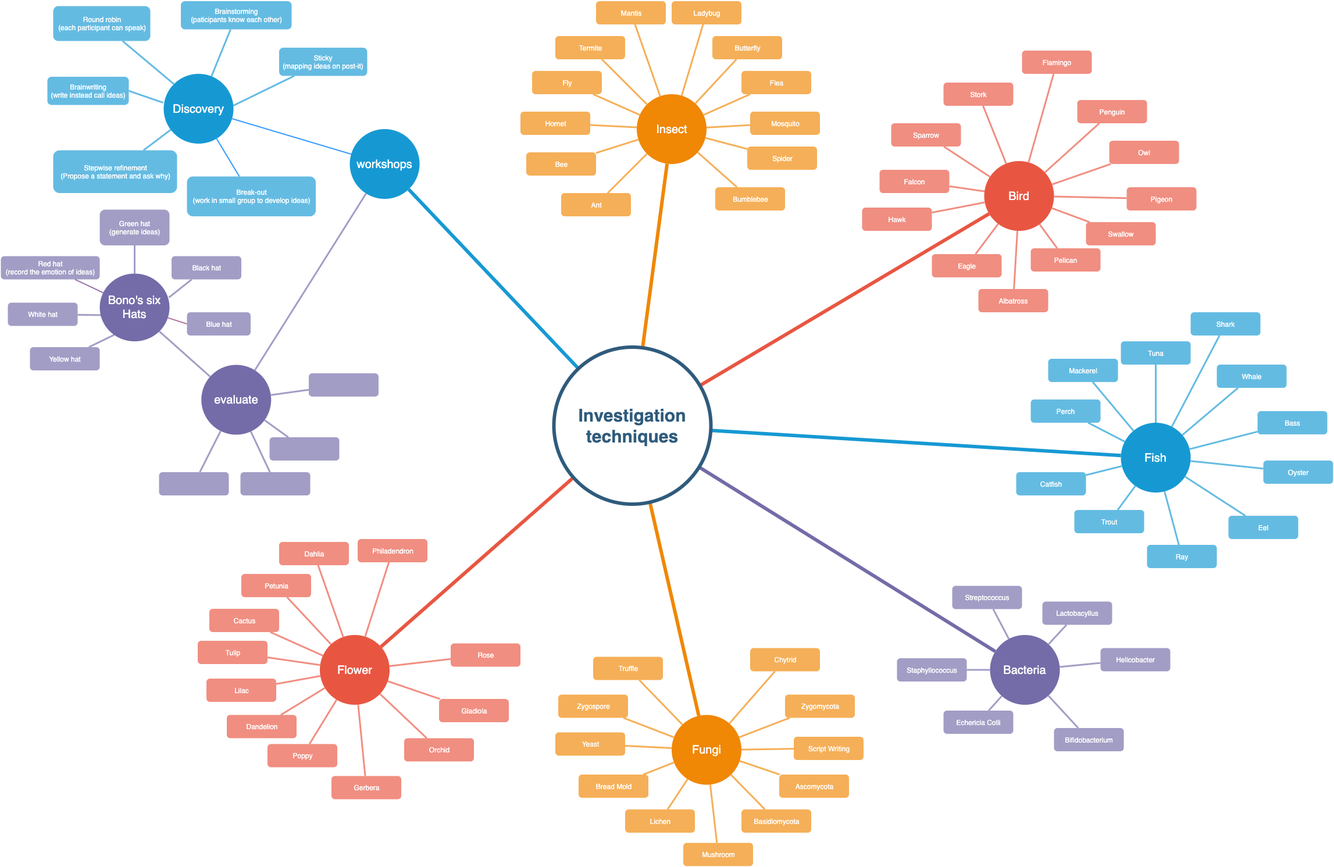
Above: chapter5.png in michielstam/CodeLab (draw.io), before the change. Source tidied: cells renumbered, new cells last; positions are measured from the earlier drawing's top-left corner, leaving out a move shared by most shapes.
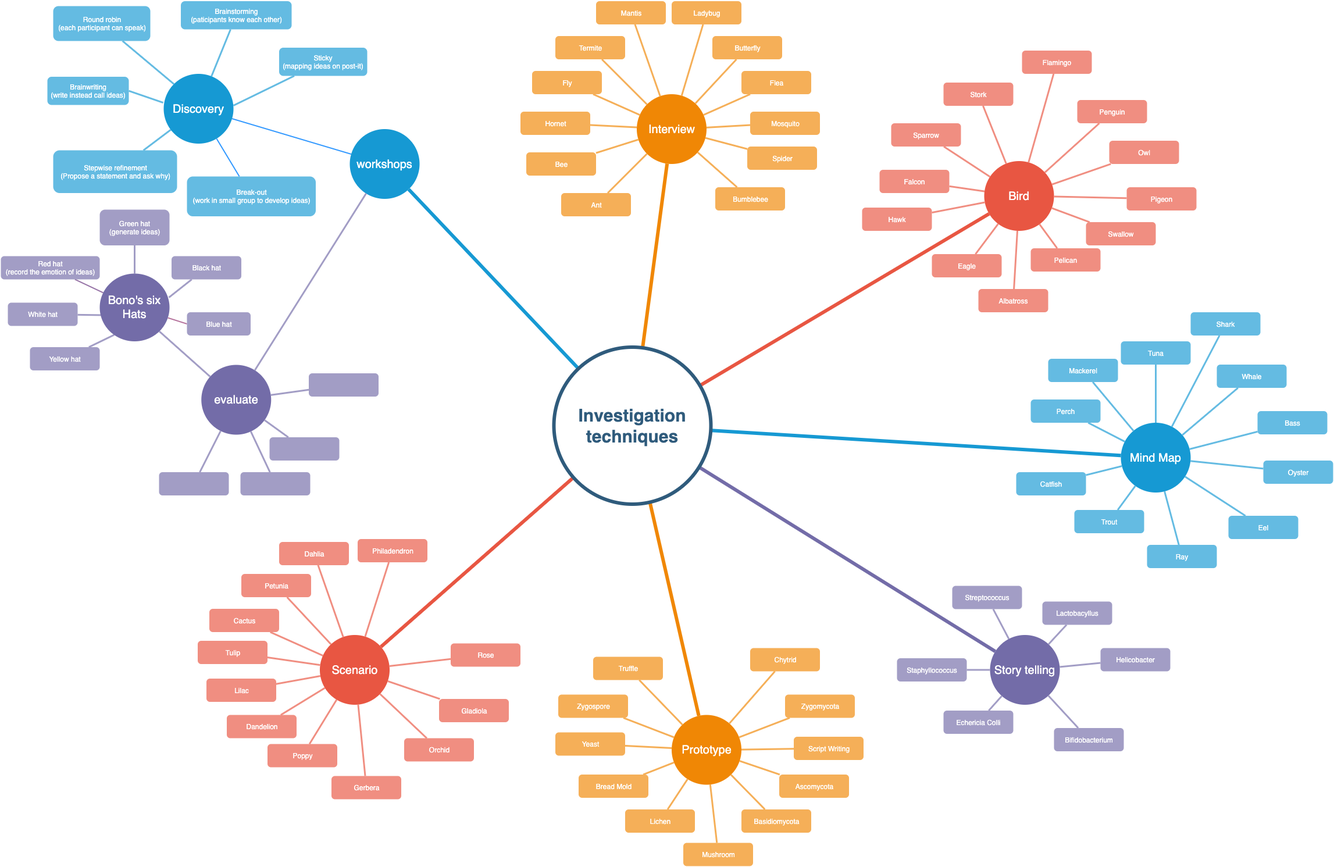
After the commit.

Diff of the diagram source:
```diff
@@ -8,22 +8,22 @@
     <mxCell id="3" value="workshops" style="ellipse;whiteSpace=wrap;html=1;shadow=0;fontFamily=Helvetica;fontSize=20;fontColor=#FFFFFF;align=center;strokeWidth=3;fillColor=#1699D3;strokeColor=none;" parent="1" vertex="1">
       <mxGeometry x="600" y="219.5" width="120" height="120" as="geometry" />
     </mxCell>
-    <mxCell id="4" value="Insect" style="ellipse;whiteSpace=wrap;html=1;shadow=0;fontFamily=Helvetica;fontSize=20;fontColor=#FFFFFF;align=center;strokeWidth=3;fillColor=#F08705;strokeColor=none;gradientColor=none;" parent="1" vertex="1">
+    <mxCell id="4" value="Interview" style="ellipse;whiteSpace=wrap;html=1;shadow=0;fontFamily=Helvetica;fontSize=20;fontColor=#FFFFFF;align=center;strokeWidth=3;fillColor=#F08705;strokeColor=none;gradientColor=none;" parent="1" vertex="1">
       <mxGeometry x="1093.5" y="159.5" width="120" height="120" as="geometry" />
     </mxCell>
     <mxCell id="5" value="Bird" style="ellipse;whiteSpace=wrap;html=1;shadow=0;fontFamily=Helvetica;fontSize=20;fontColor=#FFFFFF;align=center;strokeWidth=3;fillColor=#E85642;strokeColor=none;" parent="1" vertex="1">
       <mxGeometry x="1691" y="274.5" width="120" height="120" as="geometry" />
     </mxCell>
-    <mxCell id="6" value="Fish" style="ellipse;whiteSpace=wrap;html=1;shadow=0;fontFamily=Helvetica;fontSize=20;fontColor=#FFFFFF;align=center;strokeWidth=3;fillColor=#1699D3;strokeColor=none;" parent="1" vertex="1">
+    <mxCell id="6" value="Mind Map" style="ellipse;whiteSpace=wrap;html=1;shadow=0;fontFamily=Helvetica;fontSize=20;fontColor=#FFFFFF;align=center;strokeWidth=3;fillColor=#1699D3;strokeColor=none;" parent="1" vertex="1">
       <mxGeometry x="1926" y="724.5" width="120" height="120" as="geometry" />
     </mxCell>
-    <mxCell id="7" value="Bacteria" style="ellipse;whiteSpace=wrap;html=1;shadow=0;fontFamily=Helvetica;fontSize=20;fontColor=#FFFFFF;align=center;strokeWidth=3;fillColor=#736ca8;strokeColor=none;" parent="1" vertex="1">
+    <mxCell id="7" value="Story telling" style="ellipse;whiteSpace=wrap;html=1;shadow=0;fontFamily=Helvetica;fontSize=20;fontColor=#FFFFFF;align=center;strokeWidth=3;fillColor=#736ca8;strokeColor=none;" parent="1" vertex="1">
       <mxGeometry x="1701" y="1089.5" width="120" height="120" as="geometry" />
     </mxCell>
-    <mxCell id="8" value="Fungi" style="ellipse;whiteSpace=wrap;html=1;shadow=0;fontFamily=Helvetica;fontSize=20;fontColor=#FFFFFF;align=center;strokeWidth=3;fillColor=#F08705;strokeColor=none;" parent="1" vertex="1">
+    <mxCell id="8" value="Prototype" style="ellipse;whiteSpace=wrap;html=1;shadow=0;fontFamily=Helvetica;fontSize=20;fontColor=#FFFFFF;align=center;strokeWidth=3;fillColor=#F08705;strokeColor=none;" parent="1" vertex="1">
       <mxGeometry x="1153.5" y="1227" width="120" height="120" as="geometry" />
     </mxCell>
-    <mxCell id="9" value="Flower" style="ellipse;whiteSpace=wrap;html=1;shadow=0;fontFamily=Helvetica;fontSize=20;fontColor=#FFFFFF;align=center;strokeWidth=3;fillColor=#E85642;strokeColor=none;" parent="1" vertex="1">
+    <mxCell id="9" value="Scenario" style="ellipse;whiteSpace=wrap;html=1;shadow=0;fontFamily=Helvetica;fontSize=20;fontColor=#FFFFFF;align=center;strokeWidth=3;fillColor=#E85642;strokeColor=none;" parent="1" vertex="1">
       <mxGeometry x="548.5" y="1089.5" width="120" height="120" as="geometry" />
     </mxCell>
     <mxCell id="10" value="Ant" style="rounded=1;fillColor=#f5af58;strokeColor=none;strokeWidth=3;shadow=0;html=1;fontColor=#FFFFFF;" parent="1" vertex="1">
```
